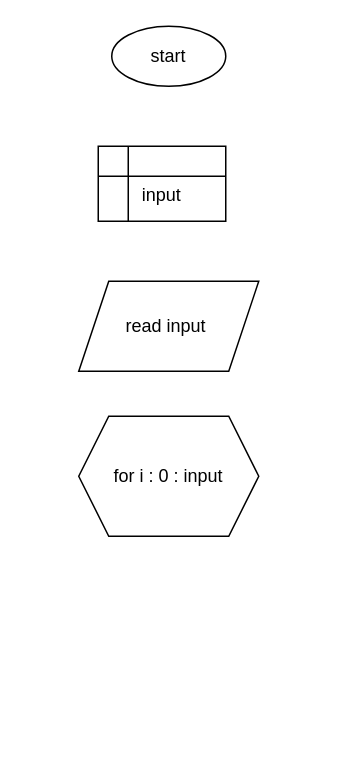
defrindr/MateriKuliah keeps this draw.io diagram as pertemuan_07_materi.drawio. Above is the earlier version. Source tidied: cells renumbered, new cells numbered last; positions are measured from the earlier drawing's top-left corner, leaving out a move shared by most shapes. Both pictures are drawn from the tidied source at 150%, with x=0, y=0 at pixel (78, 26).
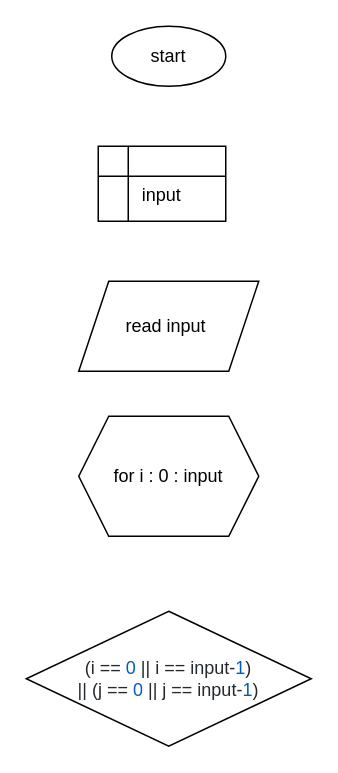
The same diagram, later.

Diff of the diagram source:
```diff
@@
 <mxGraphModel>
   <root>
     <mxCell id="0" />
     <mxCell id="1" parent="0" />
     <mxCell id="2" value="start" style="ellipse;whiteSpace=wrap;html=1;" parent="1" vertex="1">
       <mxGeometry x="22" width="76" height="40" as="geometry" />
     </mxCell>
     <mxCell id="3" value="&lt;br&gt;input" style="shape=internalStorage;whiteSpace=wrap;html=1;backgroundOutline=1;" parent="1" vertex="1">
       <mxGeometry x="13" y="80" width="85" height="50" as="geometry" />
     </mxCell>
     <mxCell id="4" value="read input&amp;nbsp;" style="shape=parallelogram;perimeter=parallelogramPerimeter;whiteSpace=wrap;html=1;fixedSize=1;" parent="1" vertex="1">
       <mxGeometry y="170" width="120" height="60" as="geometry" />
     </mxCell>
     <mxCell id="5" value="for i : 0 : input" style="shape=hexagon;perimeter=hexagonPerimeter2;whiteSpace=wrap;html=1;fixedSize=1;" parent="1" vertex="1">
       <mxGeometry y="260" width="120" height="80" as="geometry" />
     </mxCell>
+    <mxCell id="6" value="&lt;span style=&quot;color: rgb(36 , 41 , 46) ; font-family: , &amp;#34;consolas&amp;#34; , &amp;#34;liberation mono&amp;#34; , &amp;#34;menlo&amp;#34; , monospace ; background-color: rgb(255 , 255 , 255)&quot;&gt;(i == &lt;/span&gt;&lt;span class=&quot;pl-c1&quot; style=&quot;box-sizing: border-box ; color: rgb(0 , 92 , 197) ; font-family: , &amp;#34;consolas&amp;#34; , &amp;#34;liberation mono&amp;#34; , &amp;#34;menlo&amp;#34; , monospace ; background-color: rgb(255 , 255 , 255)&quot;&gt;0&lt;/span&gt;&lt;span style=&quot;color: rgb(36 , 41 , 46) ; font-family: , &amp;#34;consolas&amp;#34; , &amp;#34;liberation mono&amp;#34; , &amp;#34;menlo&amp;#34; , monospace ; background-color: rgb(255 , 255 , 255)&quot;&gt; || i == input-&lt;/span&gt;&lt;span class=&quot;pl-c1&quot; style=&quot;box-sizing: border-box ; color: rgb(0 , 92 , 197) ; font-family: , &amp;#34;consolas&amp;#34; , &amp;#34;liberation mono&amp;#34; , &amp;#34;menlo&amp;#34; , monospace ; background-color: rgb(255 , 255 , 255)&quot;&gt;1&lt;/span&gt;&lt;span style=&quot;color: rgb(36 , 41 , 46) ; font-family: , &amp;#34;consolas&amp;#34; , &amp;#34;liberation mono&amp;#34; , &amp;#34;menlo&amp;#34; , monospace ; background-color: rgb(255 , 255 , 255)&quot;&gt;) &lt;br&gt;|| (j == &lt;/span&gt;&lt;span class=&quot;pl-c1&quot; style=&quot;box-sizing: border-box ; color: rgb(0 , 92 , 197) ; font-family: , &amp;#34;consolas&amp;#34; , &amp;#34;liberation mono&amp;#34; , &amp;#34;menlo&amp;#34; , monospace ; background-color: rgb(255 , 255 , 255)&quot;&gt;0&lt;/span&gt;&lt;span style=&quot;color: rgb(36 , 41 , 46) ; font-family: , &amp;#34;consolas&amp;#34; , &amp;#34;liberation mono&amp;#34; , &amp;#34;menlo&amp;#34; , monospace ; background-color: rgb(255 , 255 , 255)&quot;&gt; || j == input-&lt;/span&gt;&lt;span class=&quot;pl-c1&quot; style=&quot;box-sizing: border-box ; color: rgb(0 , 92 , 197) ; font-family: , &amp;#34;consolas&amp;#34; , &amp;#34;liberation mono&amp;#34; , &amp;#34;menlo&amp;#34; , monospace ; background-color: rgb(255 , 255 , 255)&quot;&gt;1&lt;/span&gt;&lt;span style=&quot;color: rgb(36 , 41 , 46) ; font-family: , &amp;#34;consolas&amp;#34; , &amp;#34;liberation mono&amp;#34; , &amp;#34;menlo&amp;#34; , monospace ; background-color: rgb(255 , 255 , 255)&quot;&gt;)&lt;/span&gt;" style="rhombus;whiteSpace=wrap;html=1;" parent="1" vertex="1">
+      <mxGeometry x="-35" y="390" width="190" height="90" as="geometry" />
+    </mxCell>
   </root>
 </mxGraphModel>
```
